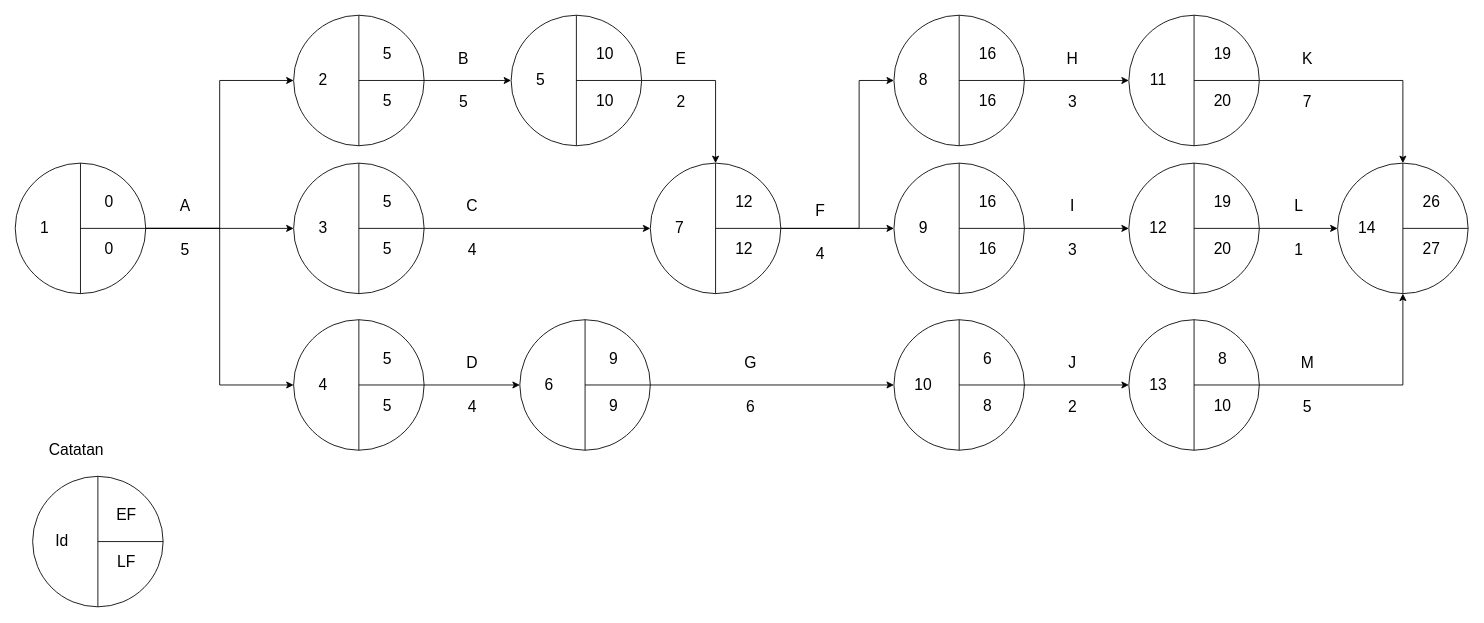
RayhanHamada/bikin-dfd keeps this draw.io diagram as page "Page-2" (2 of 2) of pert_diagram.drawio. Above is the earlier version. Source tidied: cells renumbered, new cells numbered last; positions are measured from the earlier drawing's top-left corner, leaving out a move shared by most shapes. Both pictures are drawn from the tidied source at 87%, with x=0, y=0 at pixel (15, 15).
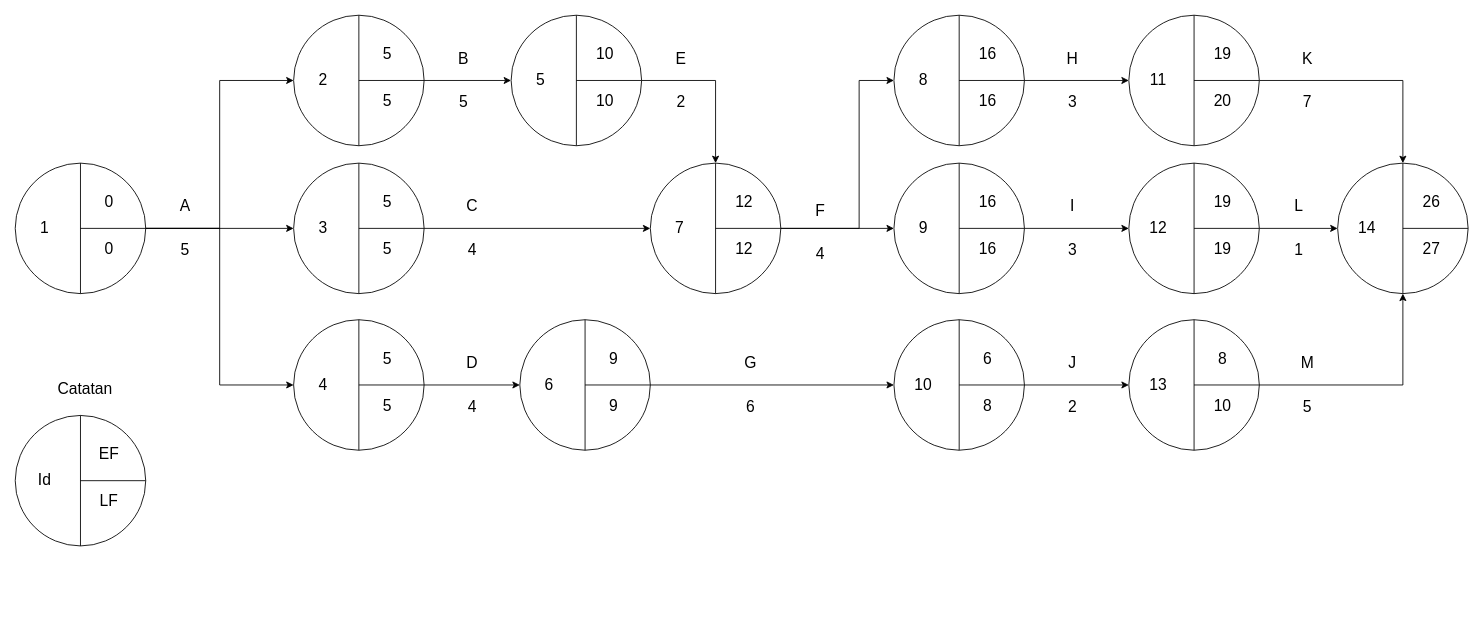
After the change.

The change refers to these unchanged cells:
```xml
<mxCell id="82" style="group;" parent="1" vertex="1">
  <mxGeometry x="1280" y="170" width="150" height="150" as="geometry" />
</mxCell>
```

What changed in the source:
```diff
@@
-    <mxCell id="86" value="&lt;font style=&quot;font-size: 18px&quot;&gt;20&lt;/font&gt;" style="text;html=1;strokeColor=none;fillColor=none;align=center;verticalAlign=middle;whiteSpace=wrap;rounded=0;" parent="82" vertex="1">
+    <mxCell id="86" value="&lt;font style=&quot;font-size: 18px&quot;&gt;19&lt;/font&gt;" style="text;html=1;strokeColor=none;fillColor=none;align=center;verticalAlign=middle;whiteSpace=wrap;rounded=0;" parent="82" vertex="1">
       <mxGeometry x="93.8" y="93.8" width="28.1" height="9.4" as="geometry" />
     </mxCell>
@@
     <mxCell id="155" style="group;" parent="1" vertex="1">
-      <mxGeometry x="20" y="530" width="150" height="150" as="geometry" />
+      <mxGeometry y="460" width="150" height="150" as="geometry" />
     </mxCell>
@@
     <mxCell id="162" value="&lt;font style=&quot;font-size: 18px&quot;&gt;Catatan&lt;/font&gt;" style="text;html=1;align=center;verticalAlign=middle;" parent="1" vertex="1">
-      <mxGeometry x="30" y="490" width="80" height="20" as="geometry" />
+      <mxGeometry x="40" y="420" width="80" height="20" as="geometry" />
     </mxCell>
```
